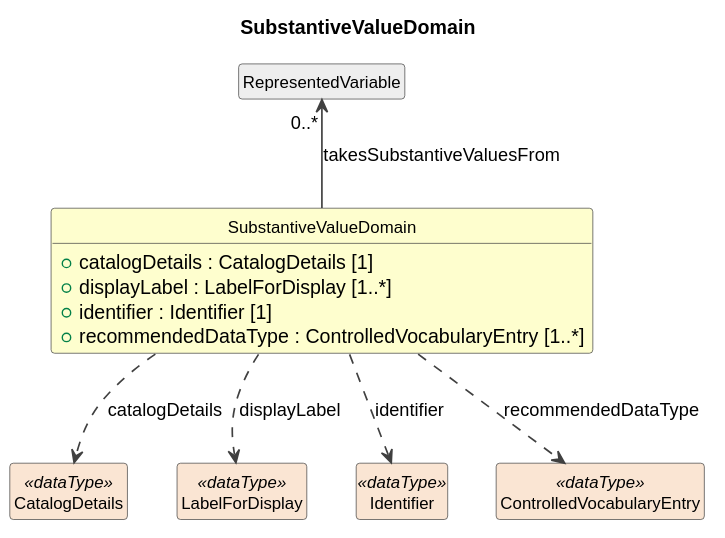
Cross-Domain-Interoperability-Framework/metadataBuildingBlocks keeps this PlantUML diagram as build/plantuml/cdifDataStructure/Classes/SubstantiveValueDomain.svg. Above is the earlier version.
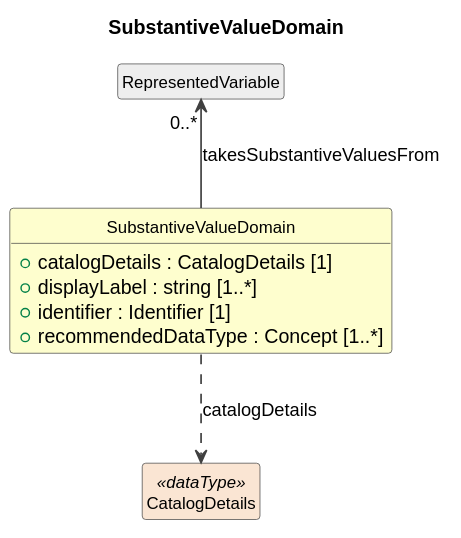
Later version of the same file.

The edit, as a diff of the source:
```diff
@@ -12,18 +12,12 @@
 
 class "SubstantiveValueDomain" as SubstantiveValueDomain #FEFECE {
   +catalogDetails : CatalogDetails [1]
-  +displayLabel : LabelForDisplay [1..*]
+  +displayLabel : string [1..*]
   +identifier : Identifier [1]
-  +recommendedDataType : ControlledVocabularyEntry [1..*]
+  +recommendedDataType : Concept [1..*]
 }
 class "RepresentedVariable" as RepresentedVariable #EEEEEE
 RepresentedVariable "0..*" <-- SubstantiveValueDomain : takesSubstantiveValuesFrom
 class "CatalogDetails" as CatalogDetails <<dataType>> #FAE5D3
 SubstantiveValueDomain ..> CatalogDetails : catalogDetails
-class "LabelForDisplay" as LabelForDisplay <<dataType>> #FAE5D3
-SubstantiveValueDomain ..> LabelForDisplay : displayLabel
-class "Identifier" as Identifier <<dataType>> #FAE5D3
-SubstantiveValueDomain ..> Identifier : identifier
-class "ControlledVocabularyEntry" as ControlledVocabularyEntry <<dataType>> #FAE5D3
-SubstantiveValueDomain ..> ControlledVocabularyEntry : recommendedDataType
 @enduml
```
